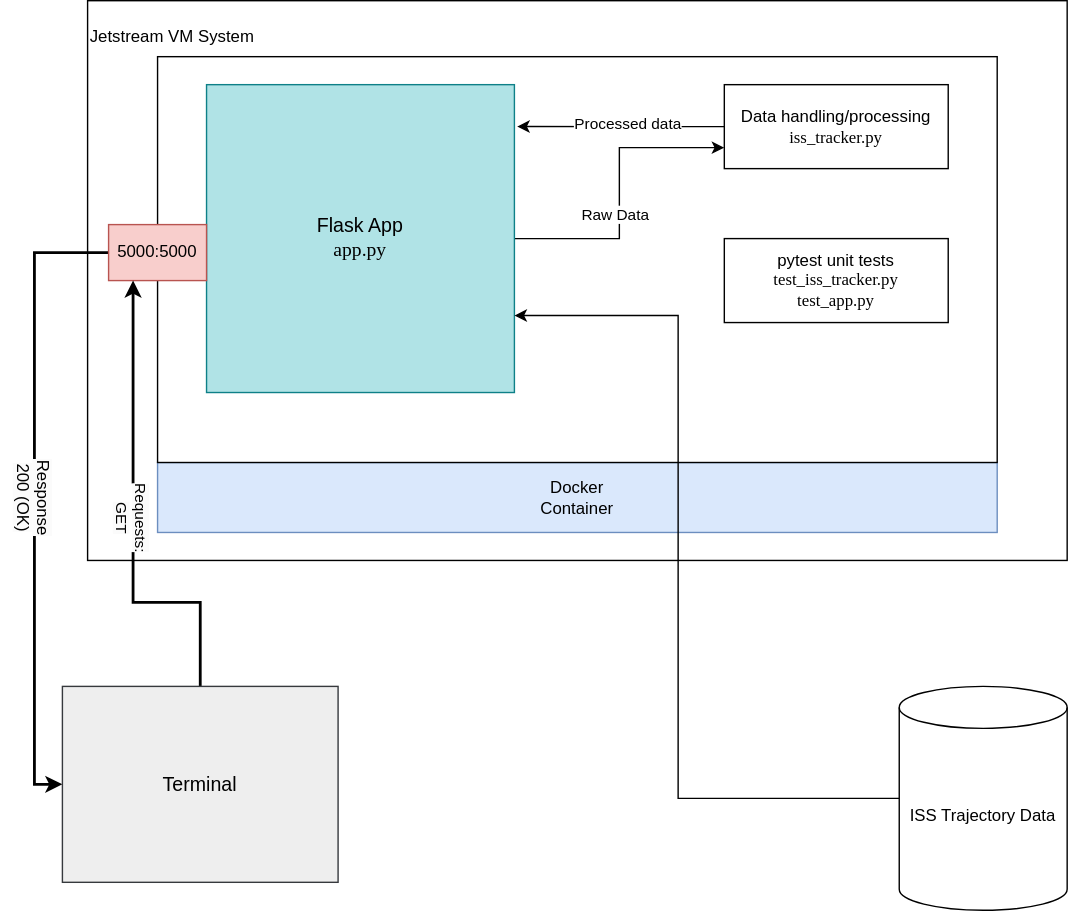
Above: software_diagram.svg in hieucannguyen/Containerized-ISS-Tracker-Flask-App (draw.io), before the change. Source tidied: cells renumbered, new cells last; positions are measured from the earlier drawing's top-left corner, leaving out a move shared by most shapes.
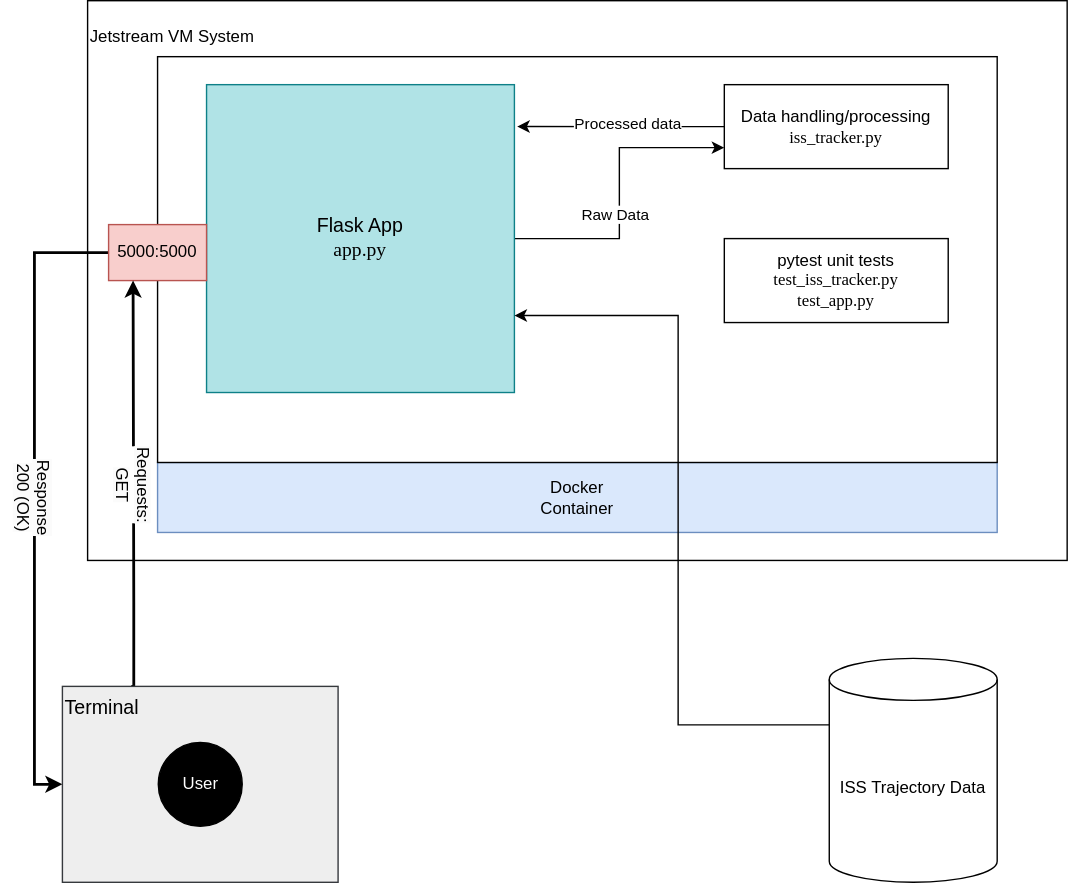
The same file after the commit.

Diff of the diagram source:
```diff
@@ -51,30 +51,33 @@
     <mxCell id="15" value="5000:5000" style="rounded=0;whiteSpace=wrap;html=1;fillColor=#f8cecc;strokeColor=#b85450;" parent="1" vertex="1">
       <mxGeometry x="53" y="160" width="70" height="40" as="geometry" />
     </mxCell>
-    <mxCell id="16" style="edgeStyle=orthogonalEdgeStyle;rounded=0;jettySize=auto;html=1;entryX=0.25;entryY=1;entryDx=0;entryDy=0;exitX=0.5;exitY=0;exitDx=0;exitDy=0;strokeWidth=2;" parent="1" edge="1" source="18" target="15">
+    <mxCell id="16" style="edgeStyle=orthogonalEdgeStyle;rounded=0;jettySize=auto;html=1;entryX=0.25;entryY=1;entryDx=0;entryDy=0;exitX=0.25;exitY=0;exitDx=0;exitDy=0;strokeWidth=2;" parent="1" edge="1" source="18" target="15">
       <mxGeometry relative="1" as="geometry">
         <Array as="points">
-          <mxPoint x="119" y="430" />
+          <mxPoint x="71" y="490" />
           <mxPoint x="71" y="430" />
         </Array>
       </mxGeometry>
     </mxCell>
-    <mxCell id="17" value="&lt;span style=&quot;font-size: 11px; text-wrap: wrap; background-color: rgb(251, 251, 251);&quot;&gt;Requests: GET&lt;/span&gt;" style="edgeLabel;html=1;align=center;verticalAlign=middle;rotation=90;horizontal=1;fontSize=11;" parent="16" vertex="1">
+    <mxCell id="17" value="&lt;span style=&quot;text-wrap: wrap; background-color: rgb(251, 251, 251);&quot;&gt;&lt;font style=&quot;font-size: 12px;&quot;&gt;Requests: GET&lt;/font&gt;&lt;/span&gt;" style="edgeLabel;html=1;align=center;verticalAlign=middle;rotation=90;horizontal=1;fontSize=11;" parent="16" vertex="1">
       <mxGeometry relative="1" as="geometry" />
     </mxCell>
-    <mxCell id="18" value="&lt;font style=&quot;font-size: 14px;&quot;&gt;Terminal&lt;/font&gt;" style="rounded=0;whiteSpace=wrap;html=1;fillColor=#eeeeee;strokeColor=#36393d;" parent="1" vertex="1">
+    <mxCell id="18" value="&lt;font style=&quot;font-size: 14px;&quot;&gt;Terminal&lt;/font&gt;" style="rounded=0;whiteSpace=wrap;html=1;fillColor=#eeeeee;strokeColor=#36393d;verticalAlign=top;align=left;" parent="1" vertex="1">
       <mxGeometry x="20" y="490" width="197" height="140" as="geometry" />
     </mxCell>
-    <mxCell id="19" style="edgeStyle=orthogonalEdgeStyle;rounded=0;jettySize=auto;html=1;entryX=1;entryY=0.75;entryDx=0;entryDy=0;" parent="1" edge="1" source="20" target="8">
+    <mxCell id="19" style="edgeStyle=orthogonalEdgeStyle;rounded=0;jettySize=auto;html=1;entryX=1;entryY=0.75;entryDx=0;entryDy=0;exitX=0;exitY=0;exitDx=0;exitDy=47.5;exitPerimeter=0;" parent="1" edge="1" source="20" target="8">
       <mxGeometry relative="1" as="geometry">
         <Array as="points">
-          <mxPoint x="460" y="570" />
+          <mxPoint x="460" y="518" />
           <mxPoint x="460" y="225" />
         </Array>
       </mxGeometry>
     </mxCell>
     <mxCell id="20" value="ISS Trajectory Data" style="shape=cylinder3;whiteSpace=wrap;html=1;boundedLbl=1;backgroundOutline=1;size=15;" parent="1" vertex="1">
-      <mxGeometry x="618" y="490" width="120" height="160" as="geometry" />
+      <mxGeometry x="568" y="470" width="120" height="160" as="geometry" />
     </mxCell>
+    <mxCell id="21" value="&lt;font color=&quot;#ffffff&quot;&gt;User&lt;/font&gt;" style="ellipse;whiteSpace=wrap;html=1;fillColor=#000000;" parent="1" vertex="1">
+      <mxGeometry x="88.5" y="530" width="60" height="60" as="geometry" />
+    </mxCell>
   </root>
 </mxGraphModel>
```
